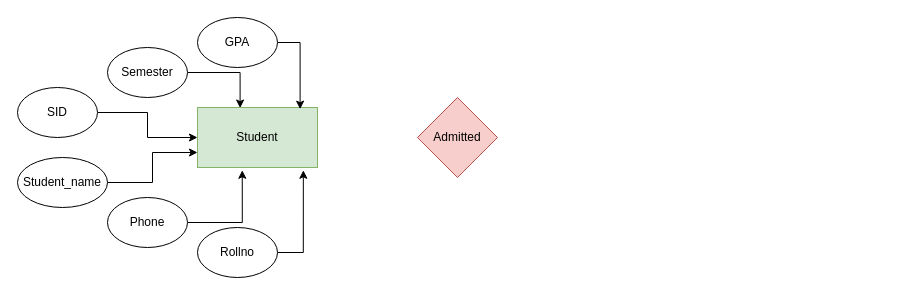
This is database.drawio from sujalthakuri/h, a draw.io file, before an edit. Source tidied: cells renumbered, new cells numbered last; positions are measured from the earlier drawing's top-left corner, leaving out a move shared by most shapes. Both pictures are drawn from the tidied source at 100%, with x=0, y=0 at pixel (17, 17).
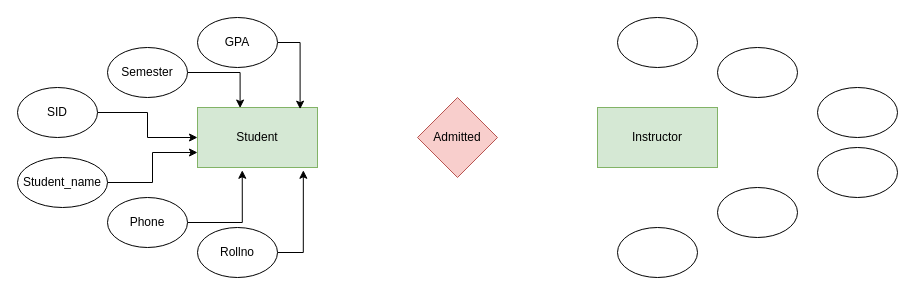
Above is the later version.

Commit message:
instructor figures added

The edit, as a diff of the source:
```diff
@@
+    <mxCell id="16" value="Instructor" style="rounded=0;whiteSpace=wrap;html=1;fillColor=#d5e8d4;strokeColor=#82b366;" parent="1" vertex="1">
+      <mxGeometry x="580" y="90" width="120" height="60" as="geometry" />
+    </mxCell>
+    <mxCell id="17" style="ellipse;whiteSpace=wrap;html=1;" parent="1" vertex="1">
+      <mxGeometry x="600" width="80" height="50" as="geometry" />
+    </mxCell>
+    <mxCell id="18" style="ellipse;whiteSpace=wrap;html=1;" parent="1" vertex="1">
+      <mxGeometry x="800" y="130" width="80" height="50" as="geometry" />
+    </mxCell>
+    <mxCell id="19" style="ellipse;whiteSpace=wrap;html=1;" parent="1" vertex="1">
+      <mxGeometry x="800" y="70" width="80" height="50" as="geometry" />
+    </mxCell>
+    <mxCell id="20" style="ellipse;whiteSpace=wrap;html=1;" parent="1" vertex="1">
+      <mxGeometry x="700" y="30" width="80" height="50" as="geometry" />
+    </mxCell>
+    <mxCell id="21" style="ellipse;whiteSpace=wrap;html=1;" parent="1" vertex="1">
+      <mxGeometry x="700" y="170" width="80" height="50" as="geometry" />
+    </mxCell>
+    <mxCell id="22" style="ellipse;whiteSpace=wrap;html=1;" parent="1" vertex="1">
+      <mxGeometry x="600" y="210" width="80" height="50" as="geometry" />
+    </mxCell>
```
